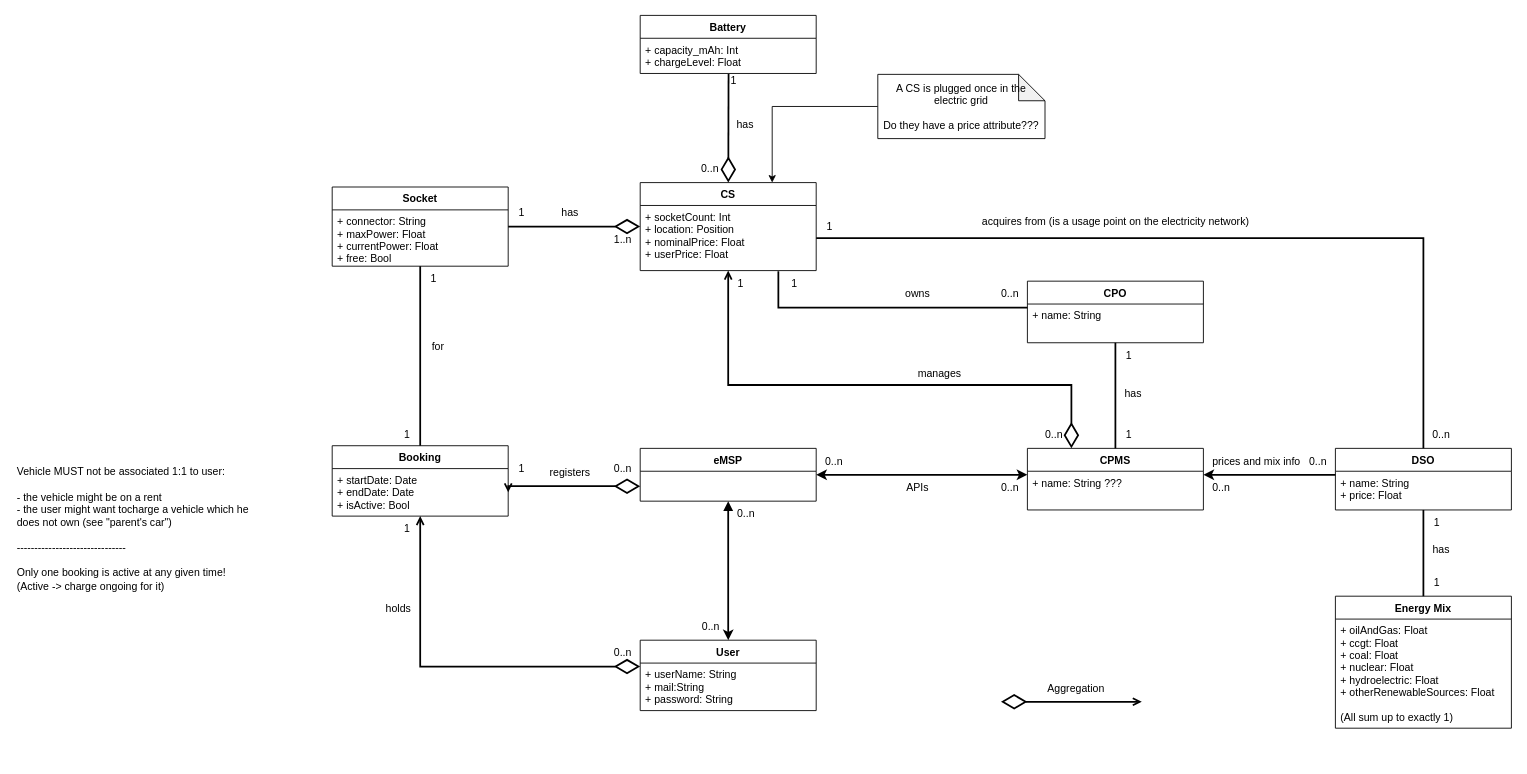
Above: RASD/UML.drawio in EMJzero/SoftwareEngineeringII-project (draw.io), before the change. Source tidied: cells renumbered, new cells numbered last; positions are measured from the earlier drawing's top-left corner, leaving out a move shared by most shapes. Both pictures are drawn from the tidied source at 88%, with x=0, y=0 at pixel (15, 15).
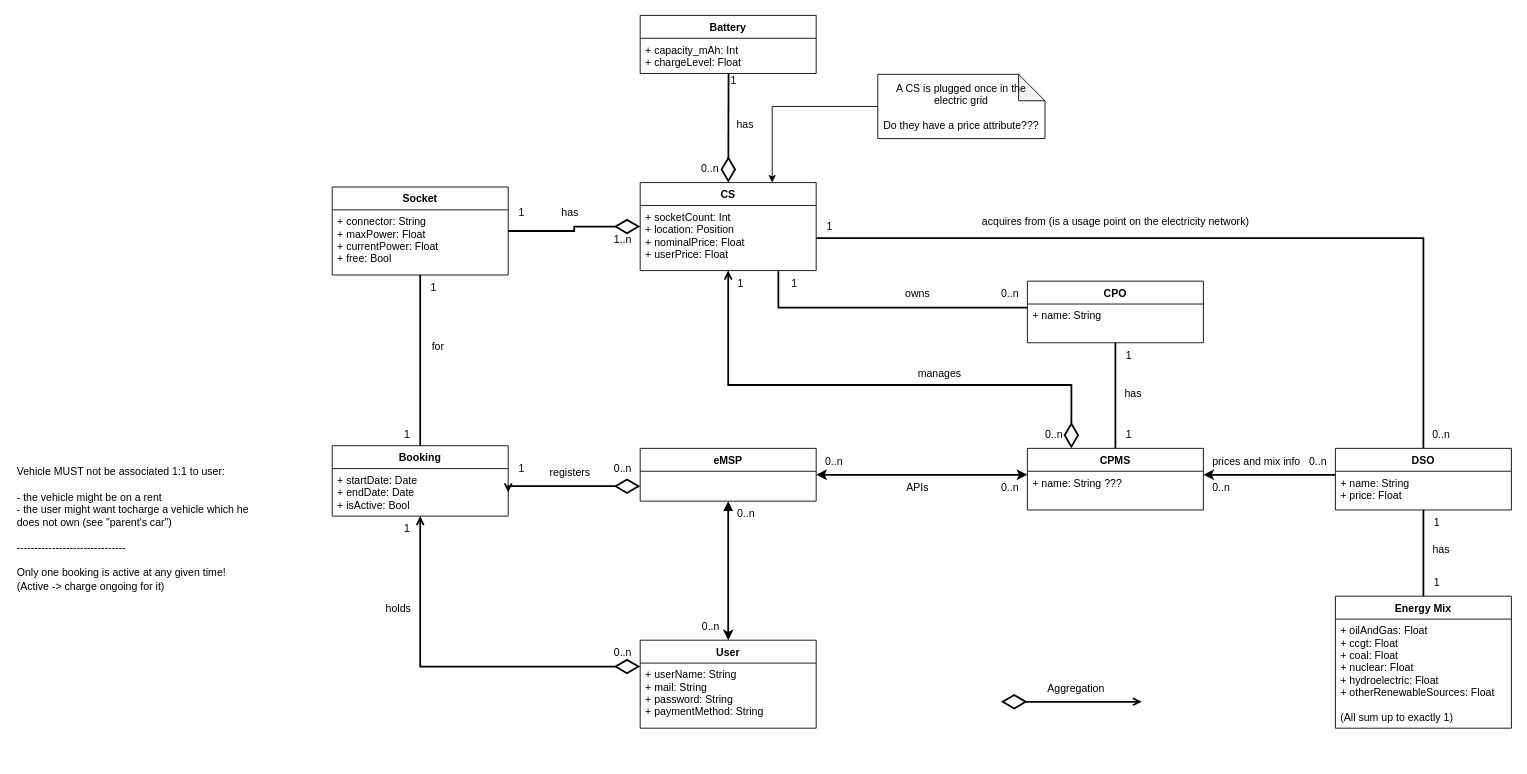
The same diagram, later.

Commit message (it also covers changes not shown here):
updated Latex, diagrams and provided docs

The edit, as a diff of the source:
```diff
@@
     <mxCell id="39" value="Socket" style="swimlane;fontStyle=1;horizontal=1;startSize=26;fillColor=none;" parent="1" vertex="1">
-      <mxGeometry x="360" y="195" width="200" height="90" as="geometry" />
+      <mxGeometry x="360" y="195" width="200" height="100" as="geometry" />
     </mxCell>
     <mxCell id="40" value="+ connector: String&#10;+ maxPower: Float&#10;+ currentPower: Float&#10;+ free: Bool" style="text;strokeColor=none;fillColor=none;align=left;verticalAlign=top;spacingLeft=4;spacingRight=4;overflow=hidden;points=[[0,0.5],[1,0.5]];portConstraint=eastwest;" parent="39" vertex="1">
-      <mxGeometry y="26" width="200" height="64" as="geometry" />
+      <mxGeometry y="26" width="200" height="74" as="geometry" />
     </mxCell>
@@
     <mxCell id="49" value="1" style="text;html=1;align=center;verticalAlign=middle;strokeColor=none;fillColor=none;" parent="1" vertex="1">
-      <mxGeometry x="460" y="285" width="30" height="30" as="geometry" />
+      <mxGeometry x="460" y="295" width="30" height="30" as="geometry" />
     </mxCell>
@@
     <mxCell id="75" value="User" style="swimlane;fontStyle=1;horizontal=1;startSize=26;fillColor=none;" parent="1" vertex="1">
-      <mxGeometry x="710" y="710" width="200" height="80" as="geometry" />
+      <mxGeometry x="710" y="710" width="200" height="100" as="geometry" />
     </mxCell>
-    <mxCell id="76" value="+ userName: String&#10;+ mail:String&#10;+ password: String&#10;" style="text;strokeColor=none;fillColor=none;align=left;verticalAlign=top;spacingLeft=4;spacingRight=4;overflow=hidden;" parent="75" vertex="1">
-      <mxGeometry y="26" width="200" height="54" as="geometry" />
+    <mxCell id="76" value="+ userName: String&#10;+ mail: String&#10;+ password: String&#10;+ paymentMethod: String&#10;" style="text;strokeColor=none;fillColor=none;align=left;verticalAlign=top;spacingLeft=4;spacingRight=4;overflow=hidden;" parent="75" vertex="1">
+      <mxGeometry y="26" width="200" height="74" as="geometry" />
     </mxCell>
```
